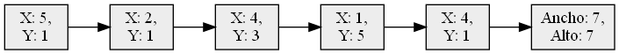
Desconocido502/-EDD_2S-BatallaNaval_201902502 keeps this Graphviz diagram as Extras/ColaTutorial.png. Above is the earlier version. Its source is kept beside it as Extras/ColaTutorial.dot.
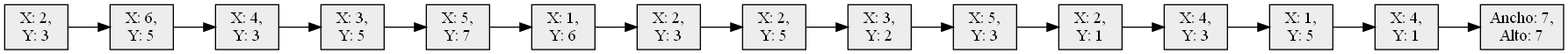
Later version of the same file.

The edit, as a diff of the source:
```diff
@@ -10,6 +10,24 @@
 Node3->Node2;
 Node4[label="X: 2,\nY: 1"];
 Node4->Node3;
-Node5[label="X: 5,\nY: 1"];
+Node5[label="X: 5,\nY: 3"];
 Node5->Node4;
+Node6[label="X: 3,\nY: 2"];
+Node6->Node5;
+Node7[label="X: 2,\nY: 5"];
+Node7->Node6;
+Node8[label="X: 2,\nY: 3"];
+Node8->Node7;
+Node9[label="X: 1,\nY: 6"];
+Node9->Node8;
+Node10[label="X: 5,\nY: 7"];
+Node10->Node9;
+Node11[label="X: 3,\nY: 5"];
+Node11->Node10;
+Node12[label="X: 4,\nY: 3"];
+Node12->Node11;
+Node13[label="X: 6,\nY: 5"];
+Node13->Node12;
+Node14[label="X: 2,\nY: 3"];
+Node14->Node13;
 }
```
